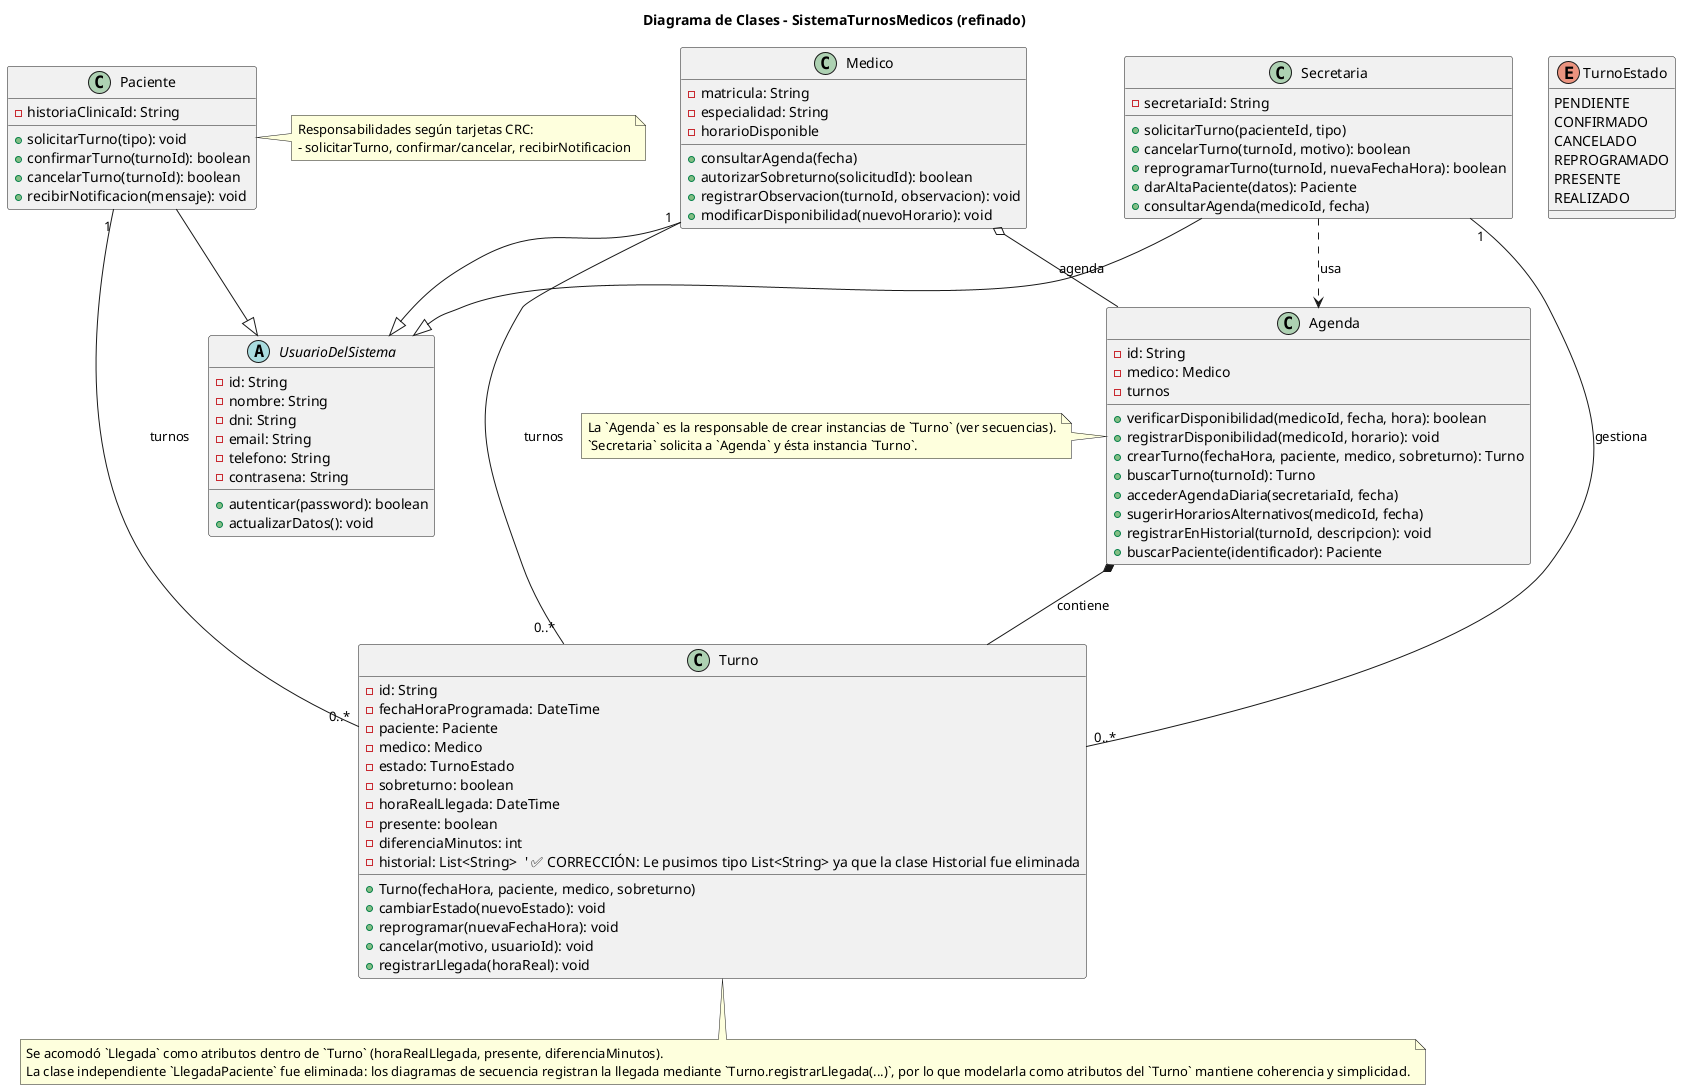
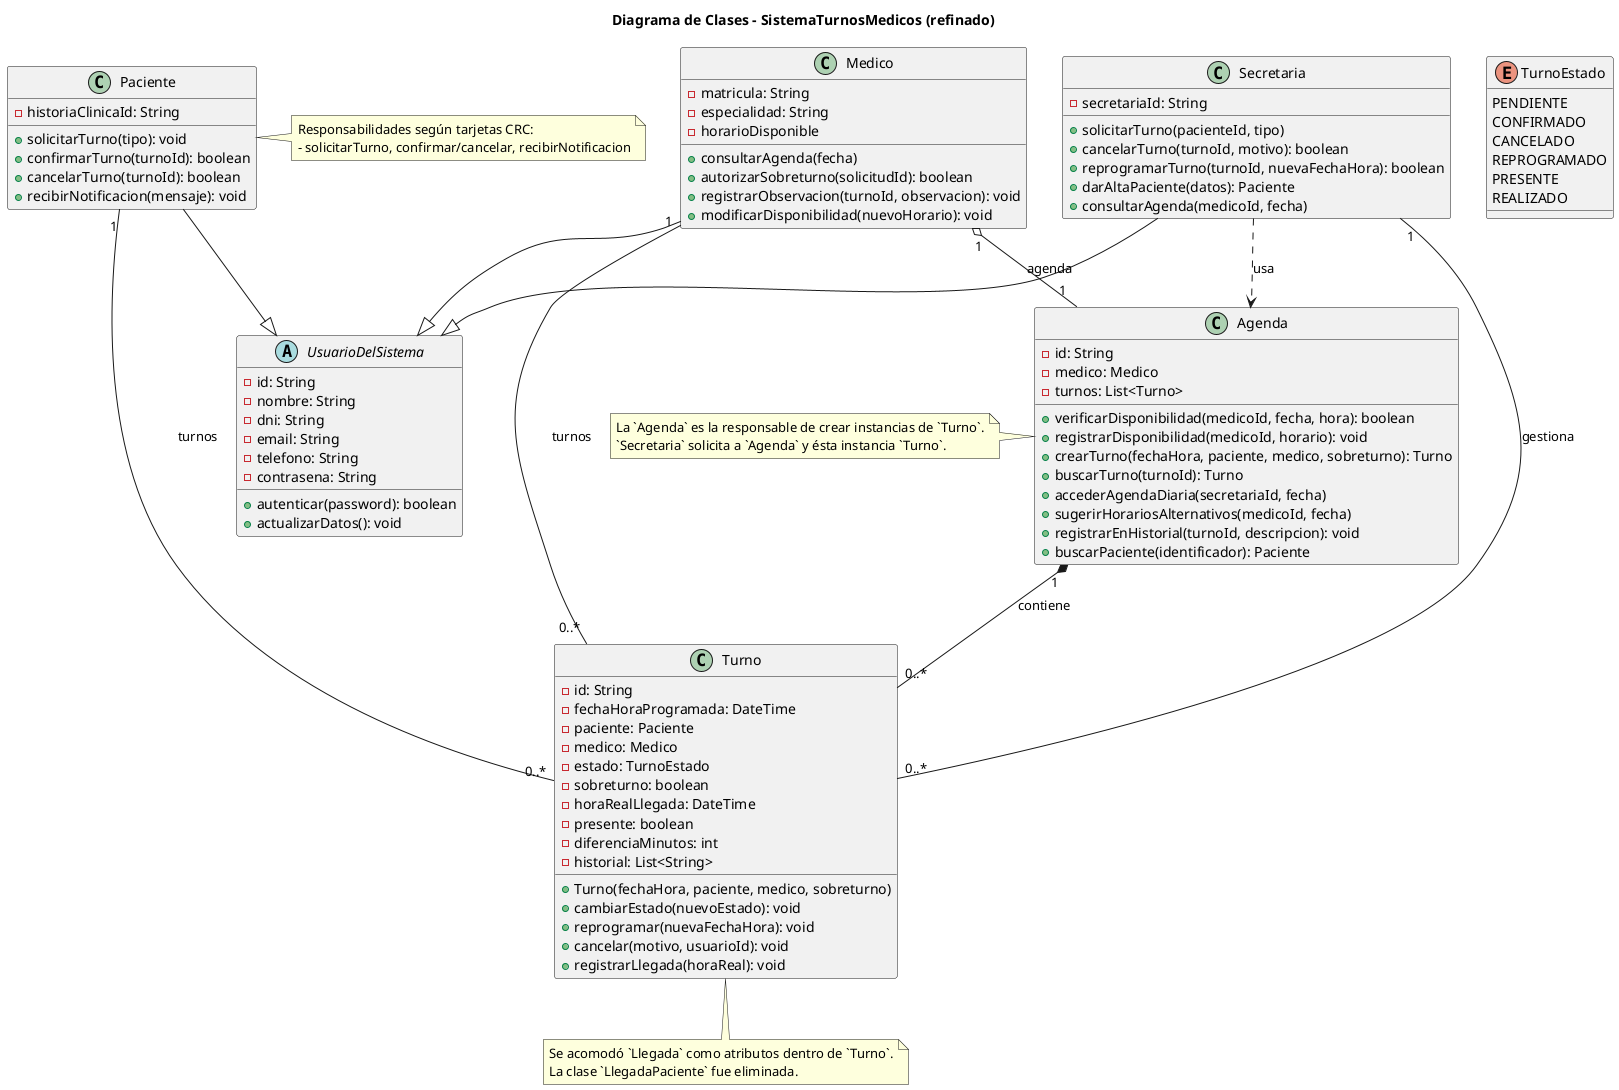
- 
@startuml 06-clases-diagrama-final
title Diagrama de Clases - SistemaTurnosMedicos (refinado)

- ' Enumeraciones (simples)
+ ' Enumeraciones
enum TurnoEstado {
  PENDIENTE
  CONFIRMADO
  CANCELADO
  REPROGRAMADO
  PRESENTE
  REALIZADO
}

- ' Clases principales (tipos simplificados)
+ ' Clases principales
abstract class UsuarioDelSistema {
  - id: String
  - nombre: String
  - dni: String
  - email: String
  - telefono: String
  - contrasena: String
  + autenticar(password): boolean
  + actualizarDatos(): void
}

class Paciente {
  - historiaClinicaId: String
  + solicitarTurno(tipo): void
  + confirmarTurno(turnoId): boolean
  + cancelarTurno(turnoId): boolean
  + recibirNotificacion(mensaje): void
}

class Medico {
  - matricula: String
  - especialidad: String
  - horarioDisponible
  + consultarAgenda(fecha)
  + autorizarSobreturno(solicitudId): boolean
  + registrarObservacion(turnoId, observacion): void
  + modificarDisponibilidad(nuevoHorario): void
}

class Secretaria {
  - secretariaId: String
  + solicitarTurno(pacienteId, tipo)
  + cancelarTurno(turnoId, motivo): boolean
  + reprogramarTurno(turnoId, nuevaFechaHora): boolean
  + darAltaPaciente(datos): Paciente
  + consultarAgenda(medicoId, fecha)
}

class Agenda {
  - id: String
  - medico: Medico
-   - turnos
+   - turnos: List<Turno>
  + verificarDisponibilidad(medicoId, fecha, hora): boolean
  + registrarDisponibilidad(medicoId, horario): void
  + crearTurno(fechaHora, paciente, medico, sobreturno): Turno
  + buscarTurno(turnoId): Turno
  + accederAgendaDiaria(secretariaId, fecha)
  + sugerirHorariosAlternativos(medicoId, fecha)
  + registrarEnHistorial(turnoId, descripcion): void
  + buscarPaciente(identificador): Paciente
}

class Turno {
  - id: String
  - fechaHoraProgramada: DateTime
  - paciente: Paciente
  - medico: Medico
  - estado: TurnoEstado
  - sobreturno: boolean
  - horaRealLlegada: DateTime
  - presente: boolean
  - diferenciaMinutos: int
-   - historial: List<String>  ' ✅ CORRECCIÓN: Le pusimos tipo List<String> ya que la clase Historial fue eliminada
+   - historial: List<String>
  + Turno(fechaHora, paciente, medico, sobreturno)
  + cambiarEstado(nuevoEstado): void
  + reprogramar(nuevaFechaHora): void
  + cancelar(motivo, usuarioId): void
  + registrarLlegada(horaReal): void
}
+ 
' Herencia
Secretaria --|> UsuarioDelSistema
Paciente --|> UsuarioDelSistema
Medico --|> UsuarioDelSistema

+ ' Relaciones con cardinalidades RC11
+ ' Agregación: Medico tiene una Agenda
+ Medico "1" o-- "1" Agenda : agenda

- ' Relaciones: asociación, agregación, composición, dependencia
- ' Agregación: Medico tiene una Agenda (la Agenda puede existir separada)
- Medico o-- Agenda : agenda
+ ' Composición: Agenda compone Turnos
+ Agenda "1" *-- "0..*" Turno : contiene

- ' Composición: Agenda compone Turnos (si la Agenda se borra, sus turnos también)
- Agenda *-- Turno : contiene
- 
- ' Asociación normal (con multiplicidades)
+ ' Asociaciones con multiplicidades
Paciente "1" -- "0..*" Turno : turnos
Medico "1" -- "0..*" Turno : turnos
Secretaria "1" -- "0..*" Turno : gestiona

- ' Dependencia: Secretaria depende de Agenda para buscar disponibilidad
+ ' Dependencia (sin cardinalidad)
Secretaria ..> Agenda : usa

- ' Notas y trazabilidad
+ ' Notas
note right of Paciente
  Responsabilidades según tarjetas CRC:
  - solicitarTurno, confirmar/cancelar, recibirNotificacion
end note

note left of Agenda
-   La `Agenda` es la responsable de crear instancias de `Turno` (ver secuencias).
+   La `Agenda` es la responsable de crear instancias de `Turno`.
  `Secretaria` solicita a `Agenda` y ésta instancia `Turno`.
end note

note bottom of Turno
-   Se acomodó `Llegada` como atributos dentro de `Turno` (horaRealLlegada, presente, diferenciaMinutos).
-   La clase independiente `LlegadaPaciente` fue eliminada: los diagramas de secuencia registran la llegada mediante `Turno.registrarLlegada(...)`, por lo que modelarla como atributos del `Turno` mantiene coherencia y simplicidad.
+   Se acomodó `Llegada` como atributos dentro de `Turno`.
+   La clase `LlegadaPaciente` fue eliminada.
end note

- @enduml
+ @enduml